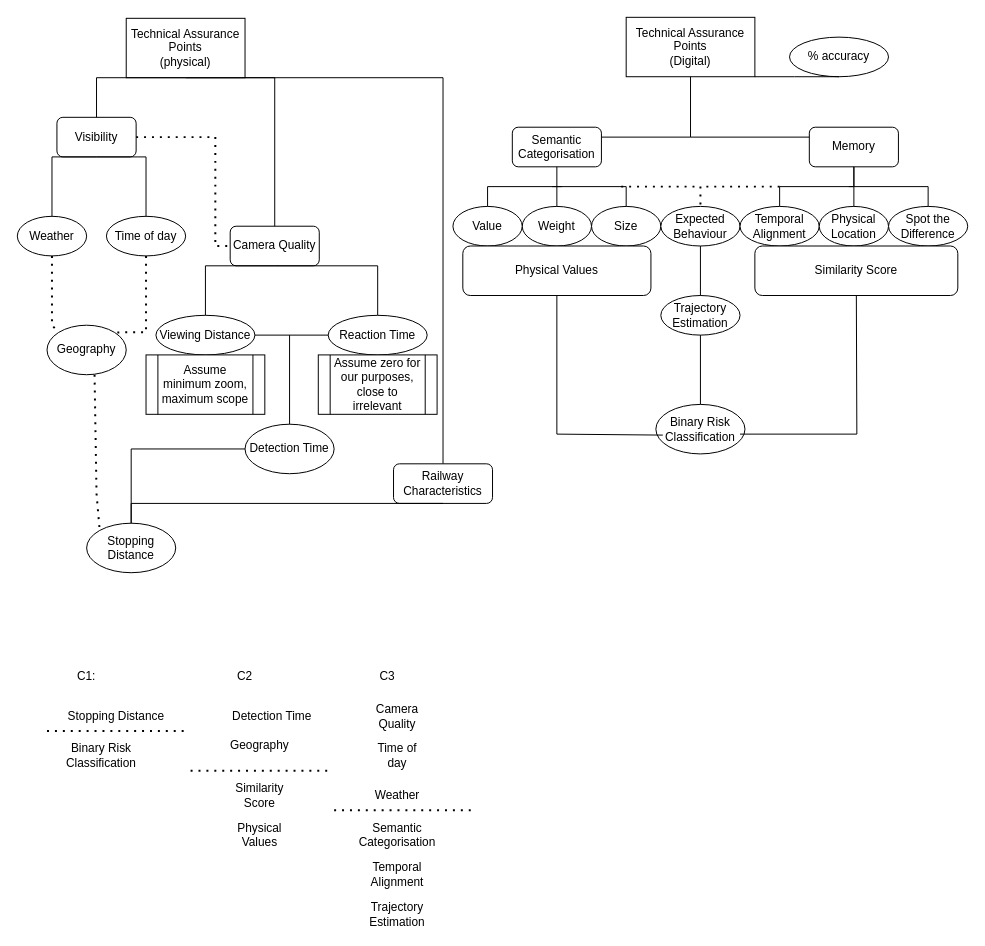
The draw.io diagram SafetyTree.drawio in TortoiseFather/SimpleRailwaySim, before the edit. Source tidied: cells renumbered, new cells numbered last; positions are measured from the earlier drawing's top-left corner, leaving out a move shared by most shapes. Both pictures are drawn from the tidied source at 99%, with x=0, y=0 at pixel (17, 17).
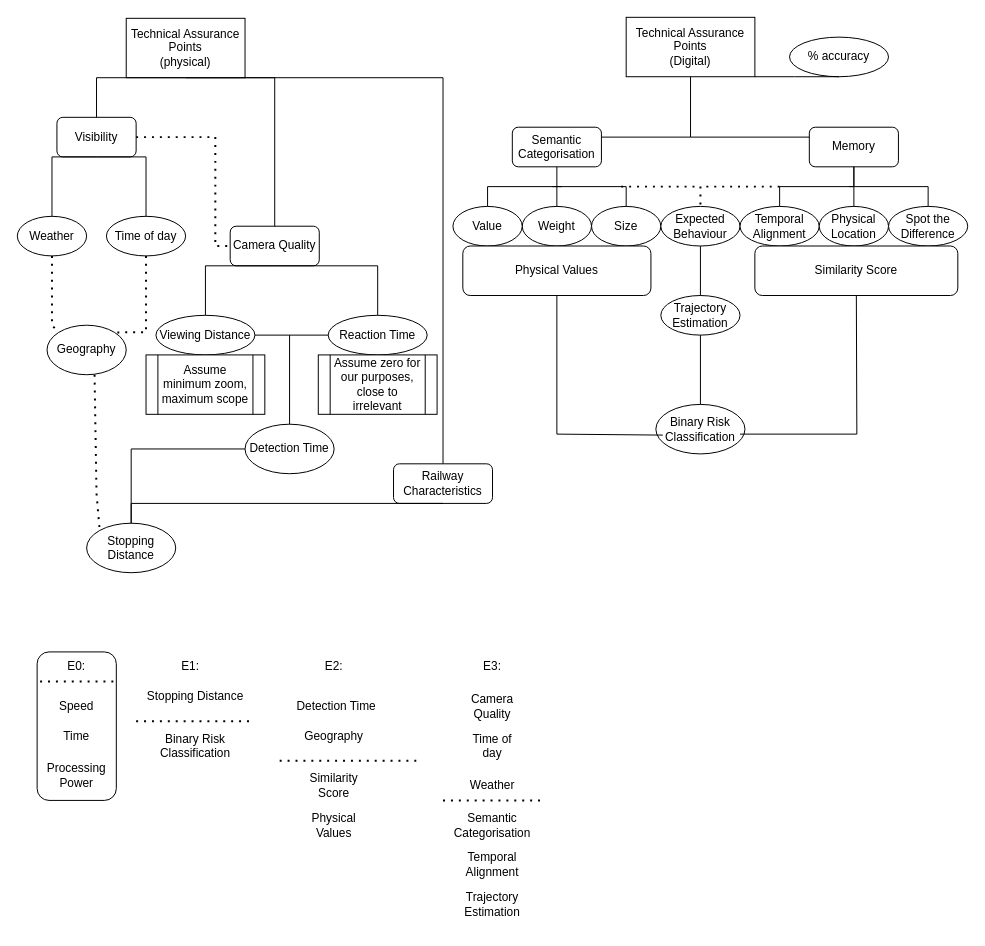
The same page after the edit.

Change to the diagram source:
```diff
@@
+    <mxCell id="78" style="rounded=1;whiteSpace=wrap;html=1;" parent="1" vertex="1">
+      <mxGeometry x="20" y="641" width="80" height="150" as="geometry" />
+    </mxCell>
@@
-    <mxCell id="25" value="C1:" style="text;html=1;strokeColor=none;fillColor=none;align=center;verticalAlign=middle;whiteSpace=wrap;rounded=0;" parent="1" vertex="1">
-      <mxGeometry x="40" y="651" width="60" height="30" as="geometry" />
+    <mxCell id="25" value="E1:" style="text;html=1;strokeColor=none;fillColor=none;align=center;verticalAlign=middle;whiteSpace=wrap;rounded=0;" parent="1" vertex="1">
+      <mxGeometry x="145" y="641" width="60" height="30" as="geometry" />
     </mxCell>
     <mxCell id="26" value="Stopping Distance" style="text;html=1;strokeColor=none;fillColor=none;align=center;verticalAlign=middle;whiteSpace=wrap;rounded=0;" parent="1" vertex="1">
-      <mxGeometry x="40" y="691" width="120" height="30" as="geometry" />
+      <mxGeometry x="120" y="671" width="120" height="30" as="geometry" />
     </mxCell>
-    <mxCell id="27" value="C2" style="text;html=1;strokeColor=none;fillColor=none;align=center;verticalAlign=middle;whiteSpace=wrap;rounded=0;" parent="1" vertex="1">
-      <mxGeometry x="200" y="651" width="60" height="30" as="geometry" />
+    <mxCell id="27" value="E2:" style="text;html=1;strokeColor=none;fillColor=none;align=center;verticalAlign=middle;whiteSpace=wrap;rounded=0;" parent="1" vertex="1">
+      <mxGeometry x="290" y="641" width="60" height="30" as="geometry" />
     </mxCell>
     <mxCell id="28" value="Detection Time" style="text;html=1;strokeColor=none;fillColor=none;align=center;verticalAlign=middle;whiteSpace=wrap;rounded=0;" parent="1" vertex="1">
-      <mxGeometry x="215" y="691" width="85" height="30" as="geometry" />
+      <mxGeometry x="280" y="681" width="85" height="30" as="geometry" />
     </mxCell>
-    <mxCell id="29" value="C3" style="text;html=1;strokeColor=none;fillColor=none;align=center;verticalAlign=middle;whiteSpace=wrap;rounded=0;" parent="1" vertex="1">
-      <mxGeometry x="344" y="651" width="60" height="30" as="geometry" />
+    <mxCell id="29" value="E3:" style="text;html=1;strokeColor=none;fillColor=none;align=center;verticalAlign=middle;whiteSpace=wrap;rounded=0;" parent="1" vertex="1">
+      <mxGeometry x="450" y="641" width="60" height="30" as="geometry" />
     </mxCell>
     <mxCell id="30" value="Camera Quality" style="text;html=1;strokeColor=none;fillColor=none;align=center;verticalAlign=middle;whiteSpace=wrap;rounded=0;" parent="1" vertex="1">
-      <mxGeometry x="354" y="691" width="60" height="30" as="geometry" />
+      <mxGeometry x="450" y="681" width="60" height="30" as="geometry" />
     </mxCell>
     <mxCell id="31" value="Time of day" style="text;html=1;strokeColor=none;fillColor=none;align=center;verticalAlign=middle;whiteSpace=wrap;rounded=0;" parent="1" vertex="1">
-      <mxGeometry x="354" y="731" width="60" height="30" as="geometry" />
+      <mxGeometry x="450" y="721" width="60" height="30" as="geometry" />
     </mxCell>
     <mxCell id="32" value="Weather" style="text;html=1;strokeColor=none;fillColor=none;align=center;verticalAlign=middle;whiteSpace=wrap;rounded=0;" parent="1" vertex="1">
-      <mxGeometry x="354" y="771" width="60" height="30" as="geometry" />
+      <mxGeometry x="450" y="761" width="60" height="30" as="geometry" />
     </mxCell>
     <mxCell id="33" value="Geography" style="text;html=1;strokeColor=none;fillColor=none;align=center;verticalAlign=middle;whiteSpace=wrap;rounded=0;" parent="1" vertex="1">
-      <mxGeometry x="215" y="721" width="60" height="30" as="geometry" />
+      <mxGeometry x="290" y="711" width="60" height="30" as="geometry" />
     </mxCell>
@@
     <mxCell id="37" value="Binary Risk Classification" style="text;html=1;strokeColor=none;fillColor=none;align=center;verticalAlign=middle;whiteSpace=wrap;rounded=0;" parent="1" vertex="1">
-      <mxGeometry x="40" y="731" width="90" height="30" as="geometry" />
+      <mxGeometry x="135" y="721" width="90" height="30" as="geometry" />
     </mxCell>
     <mxCell id="38" style="endArrow=none;dashed=1;html=1;dashPattern=1 3;strokeWidth=2;rounded=0;" parent="1" edge="1">
       <mxGeometry relative="1" as="geometry">
-        <mxPoint x="30" y="721" as="sourcePoint" />
-        <mxPoint x="170" y="721" as="targetPoint" />
+        <mxPoint x="120" y="711" as="sourcePoint" />
+        <mxPoint x="240" y="711" as="targetPoint" />
       </mxGeometry>
     </mxCell>
     <mxCell id="39" style="endArrow=none;dashed=1;html=1;dashPattern=1 3;strokeWidth=2;rounded=0;" parent="1" edge="1">
       <mxGeometry relative="1" as="geometry">
-        <mxPoint x="175" y="761" as="sourcePoint" />
-        <mxPoint x="315" y="761" as="targetPoint" />
+        <mxPoint x="265" y="751" as="sourcePoint" />
+        <mxPoint x="405" y="751" as="targetPoint" />
       </mxGeometry>
     </mxCell>
     <mxCell id="40" style="endArrow=none;dashed=1;html=1;dashPattern=1 3;strokeWidth=2;rounded=0;" parent="1" edge="1">
       <mxGeometry relative="1" as="geometry">
-        <mxPoint x="320" y="801" as="sourcePoint" />
-        <mxPoint x="460" y="801" as="targetPoint" />
+        <mxPoint x="430" y="791" as="sourcePoint" />
+        <mxPoint x="530" y="791" as="targetPoint" />
       </mxGeometry>
     </mxCell>
     <mxCell id="41" value="Similarity Score" style="text;html=1;strokeColor=none;fillColor=none;align=center;verticalAlign=middle;whiteSpace=wrap;rounded=0;" parent="1" vertex="1">
-      <mxGeometry x="215" y="771" width="60" height="30" as="geometry" />
+      <mxGeometry x="290" y="761" width="60" height="30" as="geometry" />
     </mxCell>
     <mxCell id="42" value="Temporal Alignment" style="text;html=1;strokeColor=none;fillColor=none;align=center;verticalAlign=middle;whiteSpace=wrap;rounded=0;" parent="1" vertex="1">
-      <mxGeometry x="354" y="851" width="60" height="30" as="geometry" />
+      <mxGeometry x="450" y="841" width="60" height="30" as="geometry" />
     </mxCell>
     <mxCell id="43" value="Semantic Categorisation" style="text;html=1;strokeColor=none;fillColor=none;align=center;verticalAlign=middle;whiteSpace=wrap;rounded=0;" parent="1" vertex="1">
-      <mxGeometry x="334" y="811" width="100" height="30" as="geometry" />
+      <mxGeometry x="430" y="801" width="100" height="30" as="geometry" />
     </mxCell>
     <mxCell id="44" value="Physical Values" style="text;html=1;strokeColor=none;fillColor=none;align=center;verticalAlign=middle;whiteSpace=wrap;rounded=0;" parent="1" vertex="1">
-      <mxGeometry x="215" y="811" width="60" height="30" as="geometry" />
+      <mxGeometry x="290" y="801" width="60" height="30" as="geometry" />
     </mxCell>
     <mxCell id="45" value="Trajectory Estimation" style="text;html=1;strokeColor=none;fillColor=none;align=center;verticalAlign=middle;whiteSpace=wrap;rounded=0;" parent="1" vertex="1">
-      <mxGeometry x="354" y="891" width="60" height="30" as="geometry" />
+      <mxGeometry x="450" y="881" width="60" height="30" as="geometry" />
     </mxCell>
@@
+    <mxCell id="79" value="E0:" style="text;html=1;strokeColor=none;fillColor=none;align=center;verticalAlign=middle;whiteSpace=wrap;rounded=0;" parent="1" vertex="1">
+      <mxGeometry x="30" y="641" width="60" height="30" as="geometry" />
+    </mxCell>
+    <mxCell id="80" value="Speed" style="text;html=1;strokeColor=none;fillColor=none;align=center;verticalAlign=middle;whiteSpace=wrap;rounded=0;" parent="1" vertex="1">
+      <mxGeometry x="30" y="681" width="60" height="30" as="geometry" />
+    </mxCell>
+    <mxCell id="81" value="Time" style="text;html=1;strokeColor=none;fillColor=none;align=center;verticalAlign=middle;whiteSpace=wrap;rounded=0;" parent="1" vertex="1">
+      <mxGeometry x="30" y="711" width="60" height="30" as="geometry" />
+    </mxCell>
+    <mxCell id="82" value="Processing Power" style="text;html=1;strokeColor=none;fillColor=none;align=center;verticalAlign=middle;whiteSpace=wrap;rounded=0;" parent="1" vertex="1">
+      <mxGeometry x="30" y="751" width="60" height="30" as="geometry" />
+    </mxCell>
+    <mxCell id="83" style="endArrow=none;dashed=1;html=1;dashPattern=1 3;strokeWidth=2;rounded=0;exitX=0;exitY=0.2;exitDx=0;exitDy=0;exitPerimeter=0;" parent="1" edge="1">
+      <mxGeometry relative="1" as="geometry">
+        <mxPoint x="23" y="671" as="sourcePoint" />
+        <mxPoint x="103" y="671" as="targetPoint" />
+      </mxGeometry>
+    </mxCell>
```
